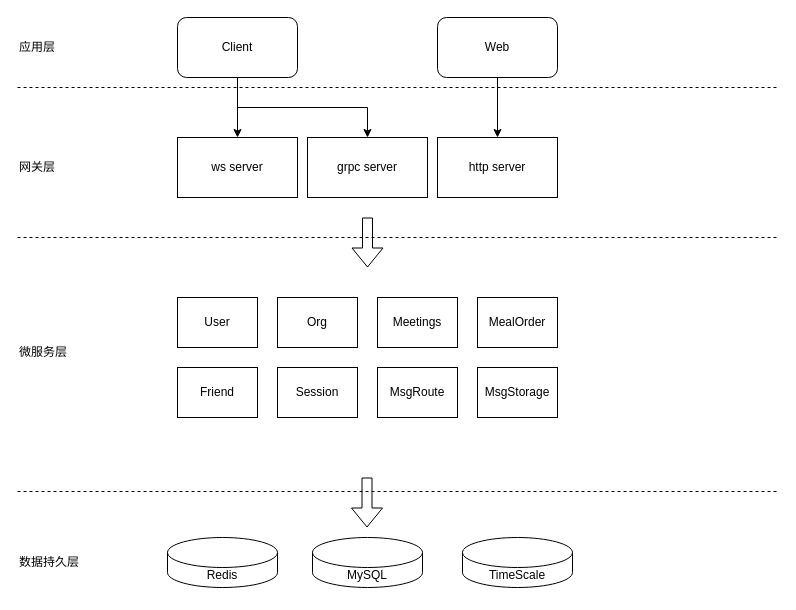
Earlier version of the draw.io diagram page "OA架构图" (4 of 4) of StreamOA架构设计.drawio (zebra-min/my-design). Source tidied: cells renumbered, new cells numbered last; positions are measured from the earlier drawing's top-left corner, leaving out a move shared by most shapes. Both pictures are drawn from the tidied source at 100%, with x=0, y=0 at pixel (17, 17).
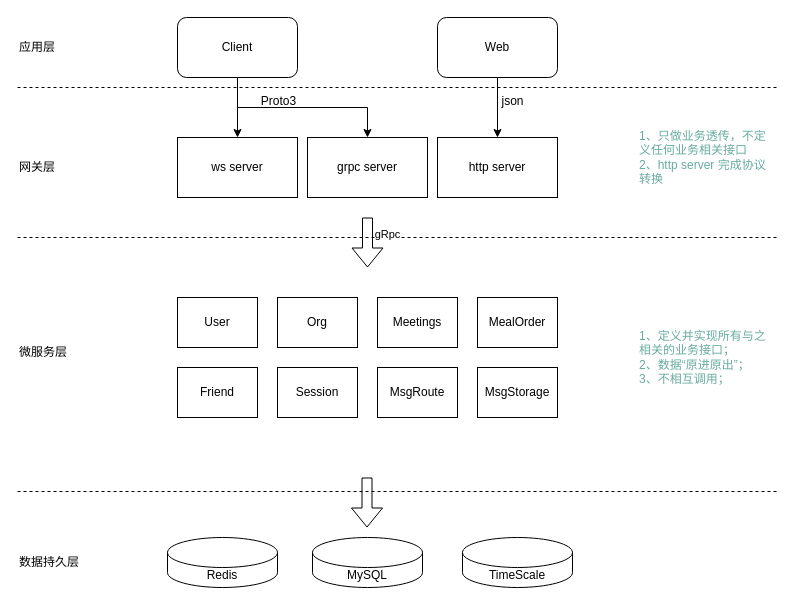
After the change.

Unchanged cells that the change refers to:
```xml
<mxCell id="11" style="endArrow=none;dashed=1;html=1;rounded=0;" parent="1" edge="1">
  <mxGeometry relative="1" as="geometry">
    <mxPoint y="220" as="sourcePoint" />
    <mxPoint x="760" y="220" as="targetPoint" />
  </mxGeometry>
</mxCell>
```

Diff of the diagram source:
```diff
@@
+    <mxCell id="30" value="gRpc" style="edgeLabel;html=1;align=center;verticalAlign=middle;" parent="11" vertex="1">
+      <mxGeometry x="-0.03" y="4" relative="1" as="geometry" />
+    </mxCell>
@@
+    <mxCell id="31" value="1、只做业务透传，不定义任何业务相关接口&lt;br&gt;2、http server 完成协议转换" style="text;strokeColor=none;align=left;fillColor=none;html=1;verticalAlign=middle;whiteSpace=wrap;rounded=0;fontColor=#67AB9F;" parent="1" vertex="1">
+      <mxGeometry x="620" y="110" width="140" height="60" as="geometry" />
+    </mxCell>
+    <mxCell id="32" value="1、定义并实现所有与之相关的业务接口；&lt;br&gt;2、数据“原进原出”；&lt;br&gt;3、不相互调用；" style="text;strokeColor=none;align=left;fillColor=none;html=1;verticalAlign=middle;whiteSpace=wrap;rounded=0;fontColor=#67AB9F;" parent="1" vertex="1">
+      <mxGeometry x="620" y="280" width="140" height="120" as="geometry" />
+    </mxCell>
+    <mxCell id="33" value="json" style="text;html=1;align=center;verticalAlign=middle;strokeColor=none;fillColor=none;" parent="1" vertex="1">
+      <mxGeometry x="470" y="69" width="50" height="30" as="geometry" />
+    </mxCell>
+    <mxCell id="34" value="Proto3" style="text;html=1;align=center;verticalAlign=middle;strokeColor=none;fillColor=none;" parent="1" vertex="1">
+      <mxGeometry x="231" y="69" width="60" height="30" as="geometry" />
+    </mxCell>
```
